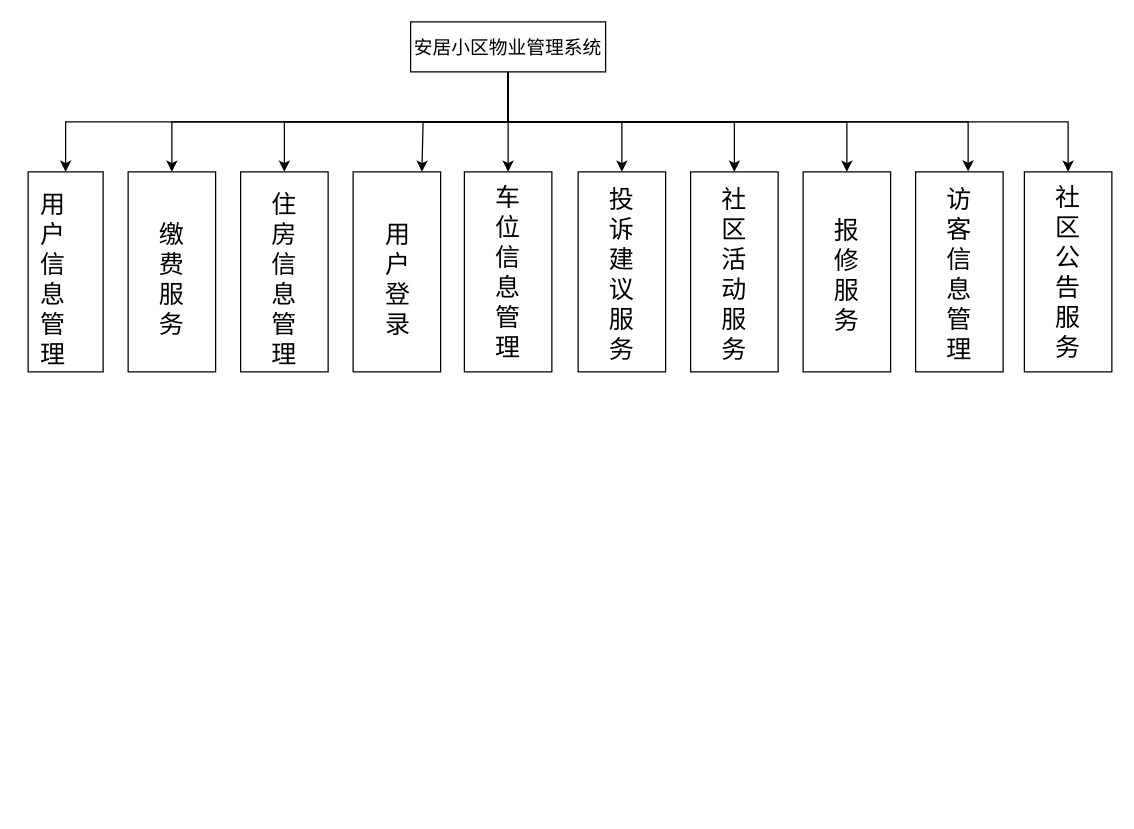
Above: page "第 3 页" (3 of 4) of projectfiles/uml/安居小区物业管理系统.drawio in KuChanMaster/PropertiesManager (draw.io), before the change. Source tidied: cells renumbered, new cells numbered last; positions are measured from the earlier drawing's top-left corner, leaving out a move shared by most shapes. Both pictures are drawn from the tidied source at 125%, with x=0, y=0 at pixel (28, 21).
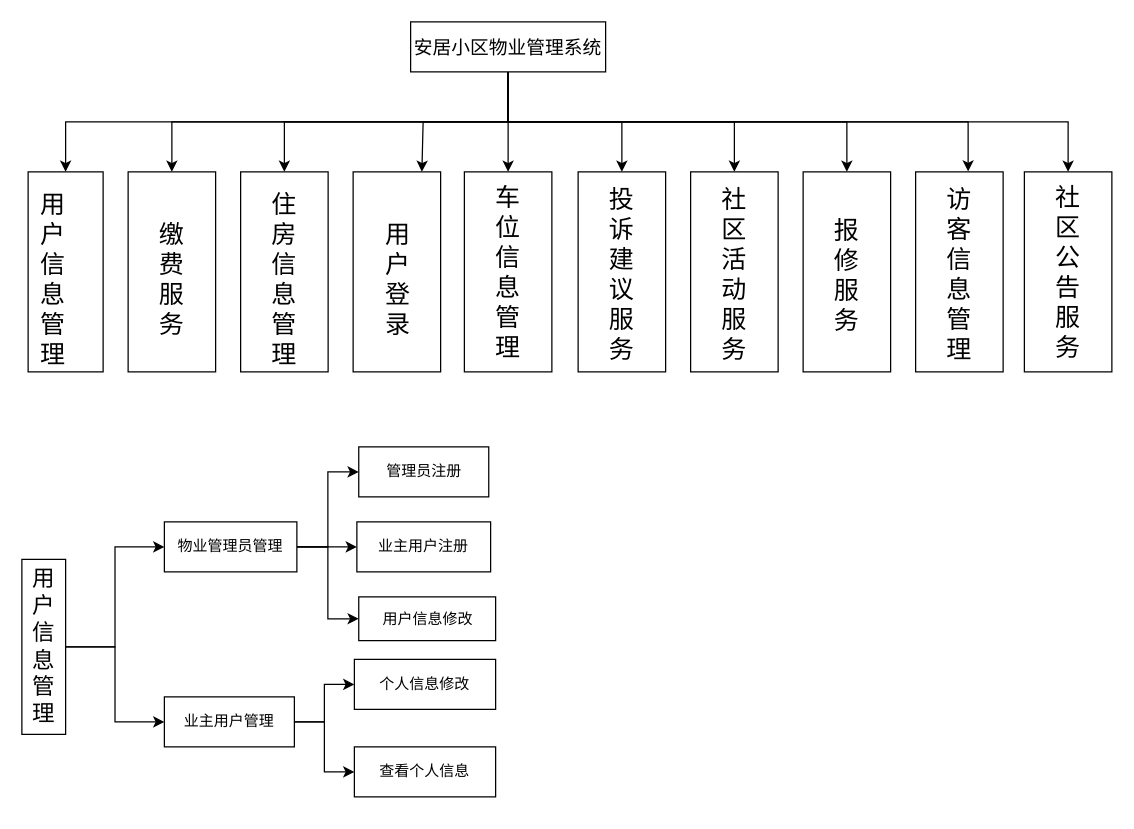
Above is the later version.

Change to the diagram source:
```diff
@@
+    <mxCell id="32" style="edgeStyle=orthogonalEdgeStyle;rounded=0;jettySize=auto;html=1;exitX=1;exitY=0.5;exitDx=0;exitDy=0;entryX=0;entryY=0.5;entryDx=0;entryDy=0;" parent="1" edge="1" source="34" target="37">
+      <mxGeometry relative="1" as="geometry" />
+    </mxCell>
+    <mxCell id="33" style="edgeStyle=orthogonalEdgeStyle;rounded=0;jettySize=auto;html=1;exitX=1;exitY=0.5;exitDx=0;exitDy=0;entryX=0;entryY=0.5;entryDx=0;entryDy=0;" parent="1" edge="1" source="34" target="41">
+      <mxGeometry relative="1" as="geometry" />
+    </mxCell>
+    <mxCell id="34" value="&lt;font style=&quot;font-size: 18px;&quot;&gt;用户信息管理&lt;/font&gt;" style="rounded=0;whiteSpace=wrap;html=1;" parent="1" vertex="1">
+      <mxGeometry x="-5" y="430" width="35" height="140" as="geometry" />
+    </mxCell>
+    <mxCell id="35" style="edgeStyle=orthogonalEdgeStyle;rounded=0;jettySize=auto;html=1;exitX=1;exitY=0.5;exitDx=0;exitDy=0;entryX=0;entryY=0.5;entryDx=0;entryDy=0;" parent="1" edge="1" source="37" target="45">
+      <mxGeometry relative="1" as="geometry" />
+    </mxCell>
+    <mxCell id="36" style="edgeStyle=orthogonalEdgeStyle;rounded=0;jettySize=auto;html=1;exitX=1;exitY=0.5;exitDx=0;exitDy=0;entryX=0;entryY=0.5;entryDx=0;entryDy=0;" parent="1" edge="1" source="37" target="46">
+      <mxGeometry relative="1" as="geometry" />
+    </mxCell>
+    <mxCell id="37" value="业主用户管理" style="rounded=0;whiteSpace=wrap;html=1;" parent="1" vertex="1">
+      <mxGeometry x="109" y="540" width="104" height="40" as="geometry" />
+    </mxCell>
+    <mxCell id="38" style="edgeStyle=orthogonalEdgeStyle;rounded=0;jettySize=auto;html=1;exitX=1;exitY=0.5;exitDx=0;exitDy=0;entryX=0;entryY=0.5;entryDx=0;entryDy=0;" parent="1" edge="1" source="41" target="42">
+      <mxGeometry relative="1" as="geometry" />
+    </mxCell>
+    <mxCell id="39" style="edgeStyle=orthogonalEdgeStyle;rounded=0;jettySize=auto;html=1;entryX=0;entryY=0.5;entryDx=0;entryDy=0;" parent="1" edge="1" source="41" target="43">
+      <mxGeometry relative="1" as="geometry" />
+    </mxCell>
+    <mxCell id="40" style="edgeStyle=orthogonalEdgeStyle;rounded=0;jettySize=auto;html=1;exitX=1;exitY=0.5;exitDx=0;exitDy=0;entryX=0;entryY=0.5;entryDx=0;entryDy=0;" parent="1" edge="1" source="41" target="44">
+      <mxGeometry relative="1" as="geometry" />
+    </mxCell>
+    <mxCell id="41" value="物业管理员管理" style="rounded=0;whiteSpace=wrap;html=1;" parent="1" vertex="1">
+      <mxGeometry x="109" y="400" width="106" height="40" as="geometry" />
+    </mxCell>
+    <mxCell id="42" value="管理员注册" style="whiteSpace=wrap;html=1;" parent="1" vertex="1">
+      <mxGeometry x="264.5" y="340" width="104" height="40" as="geometry" />
+    </mxCell>
+    <mxCell id="43" value="业主用户注册" style="rounded=0;whiteSpace=wrap;html=1;" parent="1" vertex="1">
+      <mxGeometry x="263" y="400" width="107" height="40" as="geometry" />
+    </mxCell>
+    <mxCell id="44" value="用户信息修改" style="rounded=0;whiteSpace=wrap;html=1;" parent="1" vertex="1">
+      <mxGeometry x="264.5" y="460" width="109.5" height="35" as="geometry" />
+    </mxCell>
+    <mxCell id="45" value="个人信息修改" style="rounded=0;whiteSpace=wrap;html=1;" parent="1" vertex="1">
+      <mxGeometry x="261" y="510" width="113" height="40" as="geometry" />
+    </mxCell>
+    <mxCell id="46" value="查看个人信息" style="rounded=0;whiteSpace=wrap;html=1;" parent="1" vertex="1">
+      <mxGeometry x="261" y="580" width="113" height="40" as="geometry" />
+    </mxCell>
+    <mxCell id="47" style="edgeStyle=orthogonalEdgeStyle;rounded=0;orthogonalLoop=1;jettySize=auto;html=1;exitX=0.5;exitY=1;exitDx=0;exitDy=0;" parent="1" edge="1" source="46" target="46">
+      <mxGeometry relative="1" as="geometry" />
+    </mxCell>
+    <mxCell id="48" style="edgeStyle=orthogonalEdgeStyle;rounded=0;orthogonalLoop=1;jettySize=auto;html=1;exitX=0.5;exitY=1;exitDx=0;exitDy=0;" parent="1" edge="1" source="43" target="43">
+      <mxGeometry relative="1" as="geometry" />
+    </mxCell>
```
